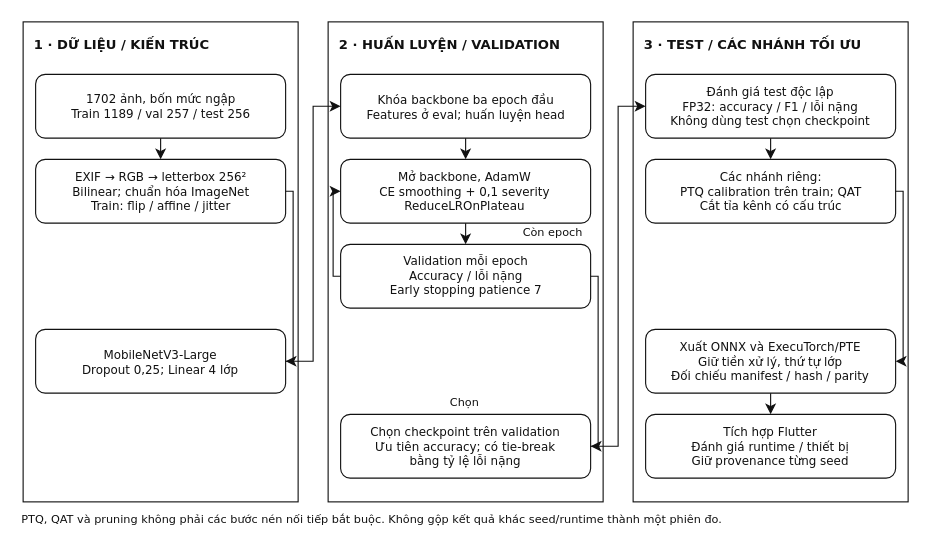
Before: report/assets/diagrams/flow_09_ai_training_optimization.drawio in ngthtrong/nckh2, a draw.io diagram. Source tidied: cells renumbered, new cells numbered last; positions are measured from the earlier drawing's top-left corner, leaving out a move shared by most shapes. Both pictures are drawn from the tidied source at 125%, with x=0, y=0 at pixel (21, 21).
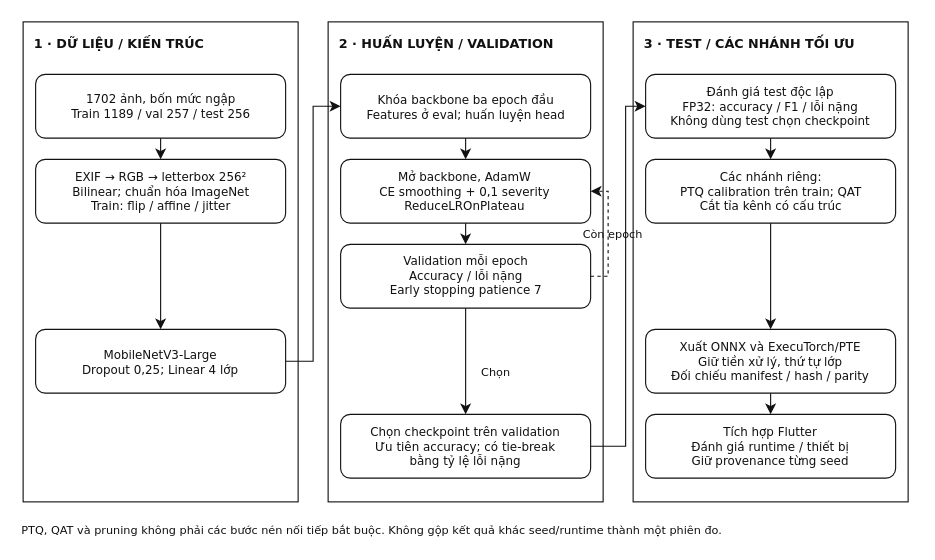
The same diagram, later.

The change refers to these unchanged cells:
```xml
<mxCell id="10" style="rounded=1;fillColor=#FFFFFF;strokeColor=#111111;strokeWidth=0.9;dashed=0;" parent="1" vertex="1">
  <mxGeometry x="11" y="110" width="200" height="51" as="geometry" />
</mxCell>
<mxCell id="12" style="rounded=1;fillColor=#FFFFFF;strokeColor=#111111;strokeWidth=0.9;dashed=0;" parent="1" vertex="1">
  <mxGeometry x="11" y="246" width="200" height="51" as="geometry" />
</mxCell>
<mxCell id="16" style="rounded=1;fillColor=#FFFFFF;strokeColor=#111111;strokeWidth=0.9;dashed=0;" parent="1" vertex="1">
  <mxGeometry x="255" y="110" width="200" height="51" as="geometry" />
</mxCell>
<mxCell id="18" style="rounded=1;fillColor=#FFFFFF;strokeColor=#111111;strokeWidth=0.9;dashed=0;" parent="1" vertex="1">
  <mxGeometry x="255" y="178" width="200" height="51" as="geometry" />
</mxCell>
<mxCell id="20" style="rounded=1;fillColor=#FFFFFF;strokeColor=#111111;strokeWidth=0.9;dashed=0;" parent="1" vertex="1">
  <mxGeometry x="255" y="314" width="200" height="51" as="geometry" />
</mxCell>
<mxCell id="22" style="rounded=1;fillColor=#FFFFFF;strokeColor=#111111;strokeWidth=0.9;dashed=0;" parent="1" vertex="1">
  <mxGeometry x="499" y="42" width="200" height="51" as="geometry" />
</mxCell>
<mxCell id="24" style="rounded=1;fillColor=#FFFFFF;strokeColor=#111111;strokeWidth=0.9;dashed=0;" parent="1" vertex="1">
  <mxGeometry x="499" y="110" width="200" height="51" as="geometry" />
</mxCell>
<mxCell id="26" style="rounded=1;fillColor=#FFFFFF;strokeColor=#111111;strokeWidth=0.9;dashed=0;" parent="1" vertex="1">
  <mxGeometry x="499" y="246" width="200" height="51" as="geometry" />
</mxCell>
```

Diff of the diagram source:
```diff
@@
-    <mxCell id="3" value="&lt;div&gt;1 · DỮ LIỆU / KIẾN TRÚC&lt;/div&gt;" style="text;html=1;whiteSpace=wrap;align=left;verticalAlign=middle;fontFamily=DejaVu Sans;fontSize=10.5;fontStyle=1;fontColor=#111111;spacing=0;overflow=visible;" parent="1" vertex="1">
-      <mxGeometry x="10" y="9.8" width="143.7" height="16.4" as="geometry" />
+    <mxCell id="3" value="&lt;div&gt;1 · DỮ LIỆU / KIẾN TRÚC&lt;/div&gt;" style="text;html=1;whiteSpace=wrap;align=left;verticalAlign=middle;fontFamily=DejaVu Sans;fontSize=10.2;fontStyle=1;fontColor=#111111;spacing=0;overflow=visible;" parent="1" vertex="1">
+      <mxGeometry x="10" y="10.5" width="137.5" height="15" as="geometry" />
     </mxCell>
@@
-    <mxCell id="5" value="&lt;div&gt;2 · HUẤN LUYỆN / VALIDATION&lt;/div&gt;" style="text;html=1;whiteSpace=wrap;align=left;verticalAlign=middle;fontFamily=DejaVu Sans;fontSize=10.5;fontStyle=1;fontColor=#111111;spacing=0;overflow=visible;" parent="1" vertex="1">
-      <mxGeometry x="254" y="9.8" width="180.6" height="16.4" as="geometry" />
+    <mxCell id="5" value="&lt;div&gt;2 · HUẤN LUYỆN / VALIDATION&lt;/div&gt;" style="text;html=1;whiteSpace=wrap;align=left;verticalAlign=middle;fontFamily=DejaVu Sans;fontSize=10.2;fontStyle=1;fontColor=#111111;spacing=0;overflow=visible;" parent="1" vertex="1">
+      <mxGeometry x="254" y="10.5" width="172.7" height="15" as="geometry" />
     </mxCell>
@@
-    <mxCell id="7" value="&lt;div&gt;3 · TEST / CÁC NHÁNH TỐI ƯU&lt;/div&gt;" style="text;html=1;whiteSpace=wrap;align=left;verticalAlign=middle;fontFamily=DejaVu Sans;fontSize=10.5;fontStyle=1;fontColor=#111111;spacing=0;overflow=visible;" parent="1" vertex="1">
-      <mxGeometry x="498" y="10.5" width="177.5" height="15" as="geometry" />
+    <mxCell id="7" value="&lt;div&gt;3 · TEST / CÁC NHÁNH TỐI ƯU&lt;/div&gt;" style="text;html=1;whiteSpace=wrap;align=left;verticalAlign=middle;fontFamily=DejaVu Sans;fontSize=10.2;fontStyle=1;fontColor=#111111;spacing=0;overflow=visible;" parent="1" vertex="1">
+      <mxGeometry x="498" y="10.9" width="170.2" height="14.2" as="geometry" />
     </mxCell>
@@
-    <mxCell id="31" style="html=1;rounded=0;strokeColor=#111111;strokeWidth=0.9;dashed=0;endArrow=classic;startArrow=none;exitX=1.0;exitY=0.5;entryX=1.0;entryY=0.5;" parent="1" edge="1" source="10" target="12">
-      <mxGeometry relative="1" as="geometry">
-        <Array as="points">
-          <mxPoint x="217" y="135.5" />
-          <mxPoint x="217" y="271.5" />
-        </Array>
-      </mxGeometry>
+    <mxCell id="31" style="html=1;rounded=0;strokeColor=#111111;strokeWidth=0.9;dashed=0;endArrow=classic;startArrow=none;exitX=0.5;exitY=1.0;entryX=0.5;entryY=0.0;" parent="1" edge="1" source="10" target="12">
+      <mxGeometry relative="1" as="geometry" />
     </mxCell>
@@
+    <mxCell id="36" value="&lt;div&gt;Còn epoch&lt;/div&gt;" style="text;html=1;whiteSpace=wrap;align=center;verticalAlign=middle;fontFamily=DejaVu Sans;fontSize=9;fontStyle=0;fontColor=#111111;spacing=0;overflow=visible;" parent="1" vertex="1">
+      <mxGeometry x="448.1" y="163.8" width="49.8" height="11.4" as="geometry" />
+    </mxCell>
-    <mxCell id="35" style="html=1;rounded=0;strokeColor=#111111;strokeWidth=0.9;dashed=0;endArrow=classic;startArrow=none;exitX=0.0;exitY=0.5;entryX=0.0;entryY=0.5;" parent="1" edge="1" source="18" target="16">
+    <mxCell id="35" style="html=1;rounded=0;strokeColor=#111111;strokeWidth=0.9;dashed=1;endArrow=classic;startArrow=none;exitX=1.0;exitY=0.5;entryX=1.0;entryY=0.5;" parent="1" edge="1" source="18" target="16">
       <mxGeometry relative="1" as="geometry">
         <Array as="points">
-          <mxPoint x="249" y="203.5" />
-          <mxPoint x="249" y="135.5" />
+          <mxPoint x="469" y="203.5" />
+          <mxPoint x="469" y="135.5" />
         </Array>
       </mxGeometry>
     </mxCell>
-    <mxCell id="36" value="&lt;div&gt;Còn epoch&lt;/div&gt;" style="text;html=1;whiteSpace=wrap;align=center;verticalAlign=middle;fontFamily=DejaVu Sans;fontSize=9;fontStyle=0;fontColor=#111111;spacing=0;overflow=visible;" parent="1" vertex="1">
-      <mxGeometry x="400.1" y="163.3" width="49.8" height="11.4" as="geometry" />
-    </mxCell>
+    <mxCell id="38" value="&lt;div&gt;Chọn&lt;/div&gt;" style="text;html=1;whiteSpace=wrap;align=center;verticalAlign=middle;fontFamily=DejaVu Sans;fontSize=9;fontStyle=0;fontColor=#111111;spacing=0;overflow=visible;" parent="1" vertex="1">
+      <mxGeometry x="367.4" y="275.3" width="25.1" height="11.4" as="geometry" />
+    </mxCell>
-    <mxCell id="37" style="html=1;rounded=0;strokeColor=#111111;strokeWidth=0.9;dashed=0;endArrow=classic;startArrow=none;exitX=1.0;exitY=0.5;entryX=1.0;entryY=0.5;" parent="1" edge="1" source="18" target="20">
-      <mxGeometry relative="1" as="geometry">
-        <Array as="points">
-          <mxPoint x="461" y="203.5" />
-          <mxPoint x="461" y="339.5" />
-        </Array>
-      </mxGeometry>
+    <mxCell id="37" style="html=1;rounded=0;strokeColor=#111111;strokeWidth=0.9;dashed=0;endArrow=classic;startArrow=none;exitX=0.5;exitY=1.0;entryX=0.5;entryY=0.0;" parent="1" edge="1" source="18" target="20">
+      <mxGeometry relative="1" as="geometry" />
     </mxCell>
-    <mxCell id="38" value="&lt;div&gt;Chọn&lt;/div&gt;" style="text;html=1;whiteSpace=wrap;align=center;verticalAlign=middle;fontFamily=DejaVu Sans;fontSize=9;fontStyle=0;fontColor=#111111;spacing=0;overflow=visible;" parent="1" vertex="1">
-      <mxGeometry x="342.4" y="299.3" width="25.1" height="11.4" as="geometry" />
-    </mxCell>
     <mxCell id="39" style="html=1;rounded=0;strokeColor=#111111;strokeWidth=0.9;dashed=0;endArrow=classic;startArrow=none;exitX=1.0;exitY=0.5;entryX=0.0;entryY=0.5;" parent="1" edge="1" source="20" target="22">
       <mxGeometry relative="1" as="geometry">
         <Array as="points">
-          <mxPoint x="477" y="339.5" />
-          <mxPoint x="477" y="67.5" />
+          <mxPoint x="483" y="339.5" />
+          <mxPoint x="483" y="67.5" />
         </Array>
       </mxGeometry>
     </mxCell>
@@
-    <mxCell id="41" style="html=1;rounded=0;strokeColor=#111111;strokeWidth=0.9;dashed=0;endArrow=classic;startArrow=none;exitX=1.0;exitY=0.5;entryX=1.0;entryY=0.5;" parent="1" edge="1" source="24" target="26">
-      <mxGeometry relative="1" as="geometry">
-        <Array as="points">
-          <mxPoint x="705" y="135.5" />
-          <mxPoint x="705" y="271.5" />
-        </Array>
-      </mxGeometry>
+    <mxCell id="41" style="html=1;rounded=0;strokeColor=#111111;strokeWidth=0.9;dashed=0;endArrow=classic;startArrow=none;exitX=0.5;exitY=1.0;entryX=0.5;entryY=0.0;" parent="1" edge="1" source="24" target="26">
+      <mxGeometry relative="1" as="geometry" />
     </mxCell>
@@
     <mxCell id="43" value="&lt;div&gt;PTQ, QAT và pruning không phải các bước nén nối tiếp bắt buộc. Không gộp kết quả khác seed/runtime thành một phiên đo.&lt;/div&gt;" style="text;html=1;whiteSpace=wrap;align=left;verticalAlign=middle;fontFamily=DejaVu Sans;fontSize=9;fontStyle=0;fontColor=#111111;spacing=0;overflow=visible;" parent="1" vertex="1">
-      <mxGeometry y="392" width="563.3" height="12.1" as="geometry" />
+      <mxGeometry y="401" width="563.3" height="12.1" as="geometry" />
     </mxCell>
```
